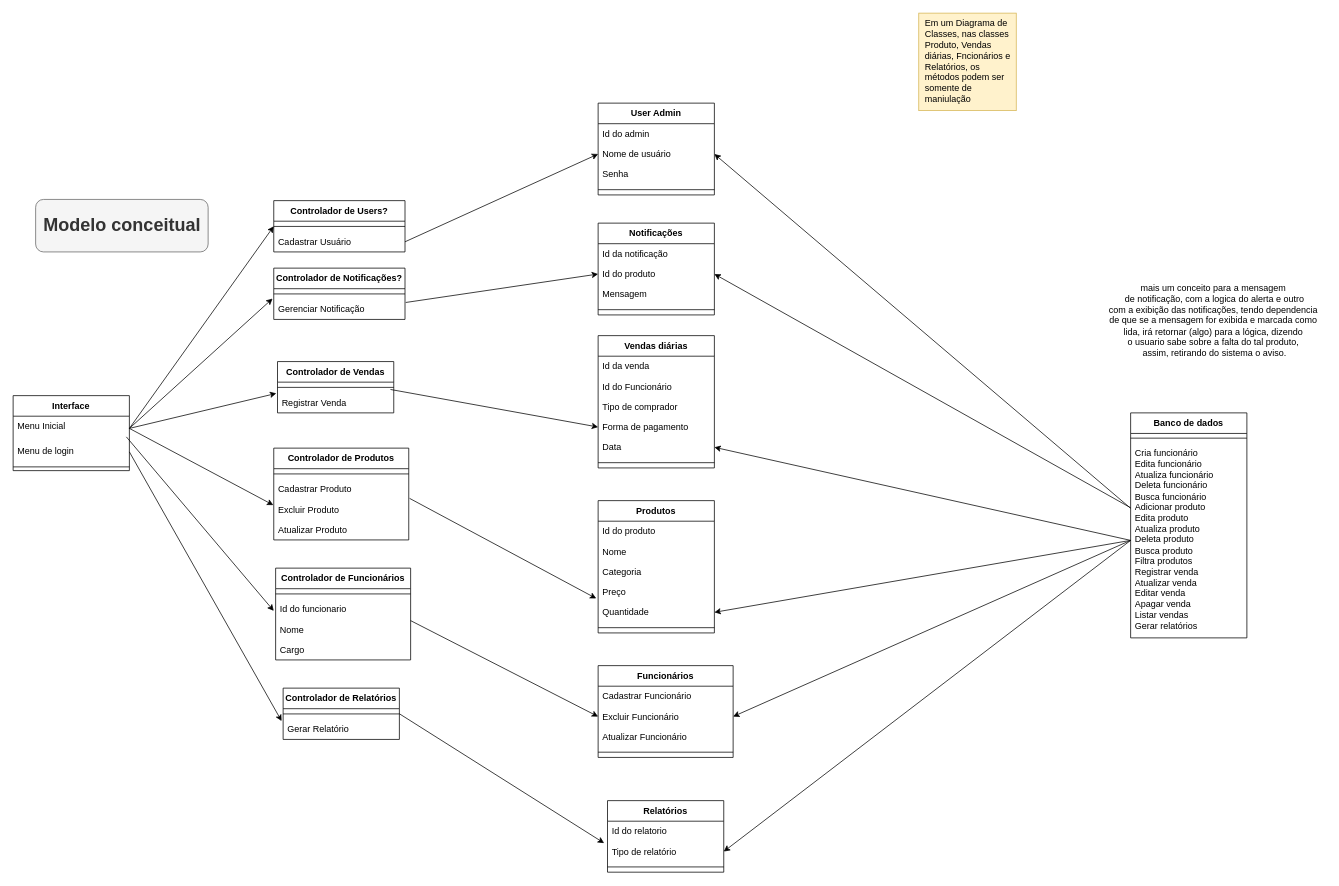
This is ModeloConceitual.drawio from belleruivo/cantina-fatore, a draw.io file, before an edit. Source tidied: cells renumbered, new cells numbered last; positions are measured from the earlier drawing's top-left corner, leaving out a move shared by most shapes. Both pictures are drawn from the tidied source at 75%, with x=0, y=0 at pixel (13, 13).
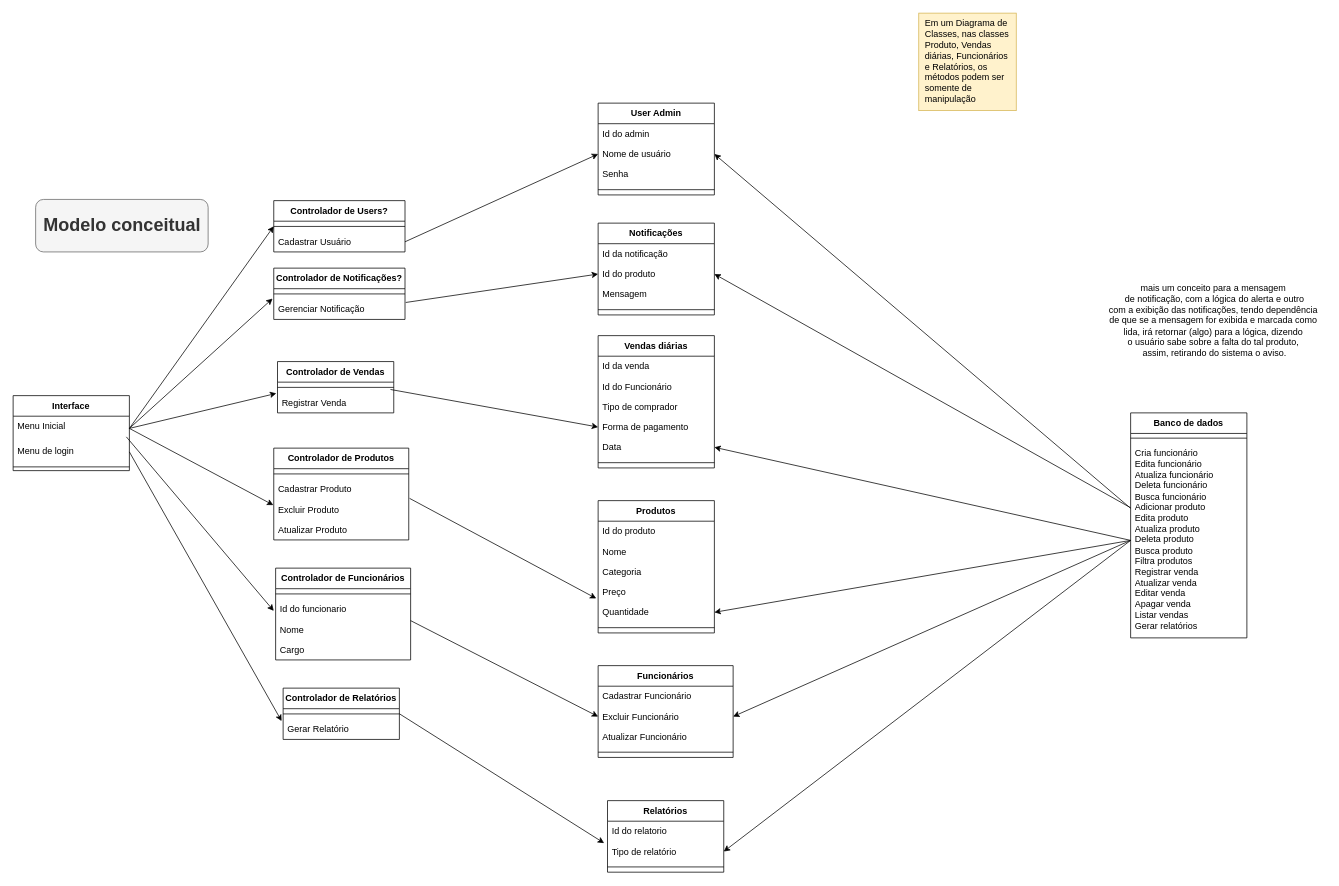
Above is the later version.

What changed in the source:
```diff
@@
-    <mxCell id="58" value="mais um conceito para a mensagem&lt;div&gt;&amp;nbsp;de notificação, com a logica do alerta e outro&lt;/div&gt;&lt;div&gt;com a exibição das notificações, tendo dependencia&lt;/div&gt;&lt;div&gt;de que se a mensagem for exibida e marcada como&lt;/div&gt;&lt;div&gt;lida, irá retornar (algo) para a lógica, dizendo&lt;/div&gt;&lt;div&gt;&lt;span style=&quot;background-color: initial;&quot;&gt;o usuario sabe sobre a falta do tal produto,&lt;/span&gt;&lt;/div&gt;&lt;div&gt;&lt;span style=&quot;background-color: initial;&quot;&gt;&amp;nbsp;assim, retirando do sistema o aviso.&lt;/span&gt;&lt;/div&gt;&lt;div&gt;&lt;br&gt;&lt;/div&gt;" style="text;html=1;align=center;verticalAlign=middle;strokeColor=none;fillColor=none;" parent="1" vertex="1">
+    <mxCell id="58" value="mais um conceito para a mensagem&lt;div&gt;&amp;nbsp;de notificação, com a lógica do alerta e outro&lt;/div&gt;&lt;div&gt;com a exibição das notificações, tendo dependência&lt;/div&gt;&lt;div&gt;de que se a mensagem for exibida e marcada como&lt;/div&gt;&lt;div&gt;lida, irá retornar (algo) para a lógica, dizendo&lt;/div&gt;&lt;div&gt;&lt;span style=&quot;background-color: initial;&quot;&gt;o usuário sabe sobre a falta do tal produto,&lt;/span&gt;&lt;/div&gt;&lt;div&gt;&lt;span style=&quot;background-color: initial;&quot;&gt;&amp;nbsp;assim, retirando do sistema o aviso.&lt;/span&gt;&lt;/div&gt;&lt;div&gt;&lt;br&gt;&lt;/div&gt;" style="text;html=1;align=center;verticalAlign=middle;strokeColor=none;fillColor=none;" parent="1" vertex="1">
       <mxGeometry x="1450" y="352.4" width="300" height="130" as="geometry" />
     </mxCell>
@@
-    <mxCell id="71" value="Em um Diagrama de Classes, nas classes Produto, Vendas diárias, Fncionários e Relatórios, os métodos podem ser somente de maniulação" style="text;strokeColor=none;fillColor=none;align=left;verticalAlign=top;spacingLeft=4;spacingRight=4;overflow=hidden;whiteSpace=wrap;" parent="1" vertex="1">
+    <mxCell id="71" value="Em um Diagrama de Classes, nas classes Produto, Vendas diárias, Funcionários e Relatórios, os métodos podem ser somente de manipulação" style="text;strokeColor=none;fillColor=none;align=left;verticalAlign=top;spacingLeft=4;spacingRight=4;overflow=hidden;whiteSpace=wrap;" parent="1" vertex="1">
       <mxGeometry x="1210" width="125" height="130" as="geometry" />
     </mxCell>
```
